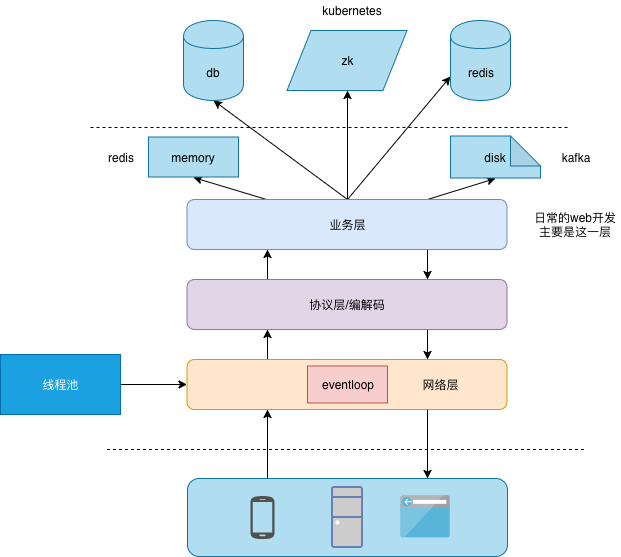
Above: public/upload/architecture/network_communication.png in qiankunli/qiankunli.github.io (draw.io), before the change. Source tidied: cells renumbered, new cells last; positions are measured from the earlier drawing's top-left corner, leaving out a move shared by most shapes.
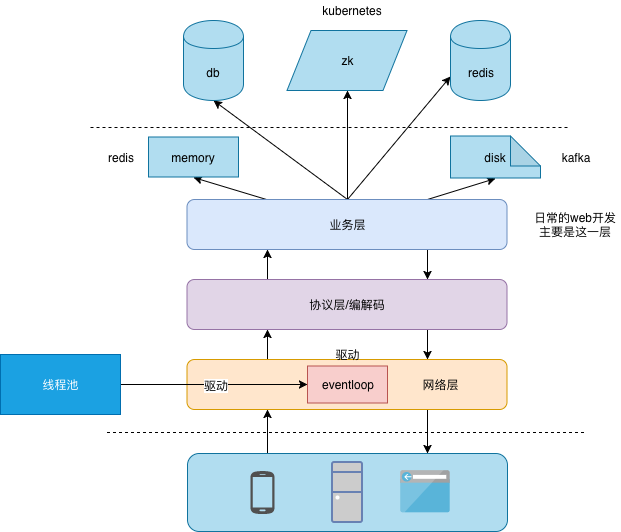
After the change.

The edit, as a diff of the source:
```diff
@@ -6,7 +6,7 @@
       <mxGeometry relative="1" as="geometry" />
     </mxCell>
     <mxCell id="3" style="rounded=1;whiteSpace=wrap;html=1;shadow=0;fillColor=#b1ddf0;strokeColor=#10739e;" parent="1" vertex="1">
-      <mxGeometry x="187" y="478" width="320" height="78" as="geometry" />
+      <mxGeometry x="187" y="453" width="320" height="78" as="geometry" />
     </mxCell>
     <mxCell id="4" style="edgeStyle=orthogonalEdgeStyle;rounded=0;jettySize=auto;html=1;exitX=0.25;exitY=0;exitDx=0;exitDy=0;entryX=0.25;entryY=1;entryDx=0;entryDy=0;" parent="1" edge="1" source="6" target="9">
       <mxGeometry relative="1" as="geometry" />
@@ -64,25 +64,28 @@
     </mxCell>
     <mxCell id="21" style="endArrow=none;dashed=1;html=1;" parent="1" edge="1">
       <mxGeometry relative="1" as="geometry">
-        <mxPoint x="106.5" y="449" as="sourcePoint" />
-        <mxPoint x="586.5" y="449" as="targetPoint" />
+        <mxPoint x="106.5" y="432" as="sourcePoint" />
+        <mxPoint x="586.5" y="432" as="targetPoint" />
       </mxGeometry>
     </mxCell>
     <mxCell id="22" value="disk" style="shape=note;whiteSpace=wrap;html=1;backgroundOutline=1;darkOpacity=0.05;fillColor=#b1ddf0;strokeColor=#10739e;" parent="1" vertex="1">
       <mxGeometry x="450" y="135.5" width="90" height="42" as="geometry" />
     </mxCell>
     <mxCell id="23" style="shadow=0;dashed=0;html=1;strokeColor=none;fillColor=#505050;labelPosition=center;verticalLabelPosition=bottom;verticalAlign=top;align=center;shape=mxgraph.office.devices.cell_phone_android_standalone;" parent="1" vertex="1">
-      <mxGeometry x="250" y="495" width="24" height="44" as="geometry" />
+      <mxGeometry x="250" y="470" width="24" height="44" as="geometry" />
     </mxCell>
     <mxCell id="24" style="fontColor=#0066CC;verticalAlign=top;verticalLabelPosition=bottom;labelPosition=center;align=center;html=1;fillColor=#CCCCCC;strokeColor=#6881B3;gradientColor=none;gradientDirection=north;strokeWidth=2;shape=mxgraph.networks.desktop_pc;" parent="1" vertex="1">
-      <mxGeometry x="331.5" y="486.5" width="30" height="60" as="geometry" />
+      <mxGeometry x="331.5" y="461.5" width="30" height="60" as="geometry" />
     </mxCell>
     <mxCell id="25" style="html=1;perimeter=none;align=center;shadow=0;dashed=0;image;fontSize=12;image=img/lib/mscae/Browser.svg;" parent="1" vertex="1">
-      <mxGeometry x="400" y="495" width="50" height="42.5" as="geometry" />
+      <mxGeometry x="400" y="470" width="50" height="42.5" as="geometry" />
     </mxCell>
-    <mxCell id="26" style="edgeStyle=orthogonalEdgeStyle;rounded=0;jettySize=auto;html=1;" parent="1" edge="1" source="27" target="6">
-      <mxGeometry relative="1" as="geometry" />
-    </mxCell>
+    <mxCell id="35" style="edgeStyle=none;rounded=0;jettySize=auto;html=1;entryX=0;entryY=0.5;entryDx=0;entryDy=0;" parent="1" edge="1" source="27" target="28">
+      <mxGeometry relative="1" as="geometry" />
+    </mxCell>
+    <mxCell id="36" value="驱动" style="text;html=1;align=center;verticalAlign=middle;labelBackgroundColor=#ffffff;" parent="35" vertex="1">
+      <mxGeometry x="0.02" relative="1" as="geometry" />
+    </mxCell>
     <mxCell id="27" value="线程池" style="rounded=0;whiteSpace=wrap;html=1;fillColor=#1ba1e2;strokeColor=#006EAF;fontColor=#ffffff;" parent="1" vertex="1">
       <mxGeometry y="354" width="120" height="60" as="geometry" />
     </mxCell>
@@ -107,5 +110,8 @@
     <mxCell id="34" value="kubernetes&lt;br&gt;" style="text;html=1;strokeColor=none;fillColor=none;align=center;verticalAlign=middle;whiteSpace=wrap;rounded=0;" parent="1" vertex="1">
       <mxGeometry x="331.5" width="40" height="20" as="geometry" />
     </mxCell>
+    <mxCell id="37" value="驱动" style="text;html=1;strokeColor=none;fillColor=none;align=center;verticalAlign=middle;whiteSpace=wrap;rounded=0;" parent="1" vertex="1">
+      <mxGeometry x="327" y="344" width="40" height="20" as="geometry" />
+    </mxCell>
   </root>
 </mxGraphModel>
```
